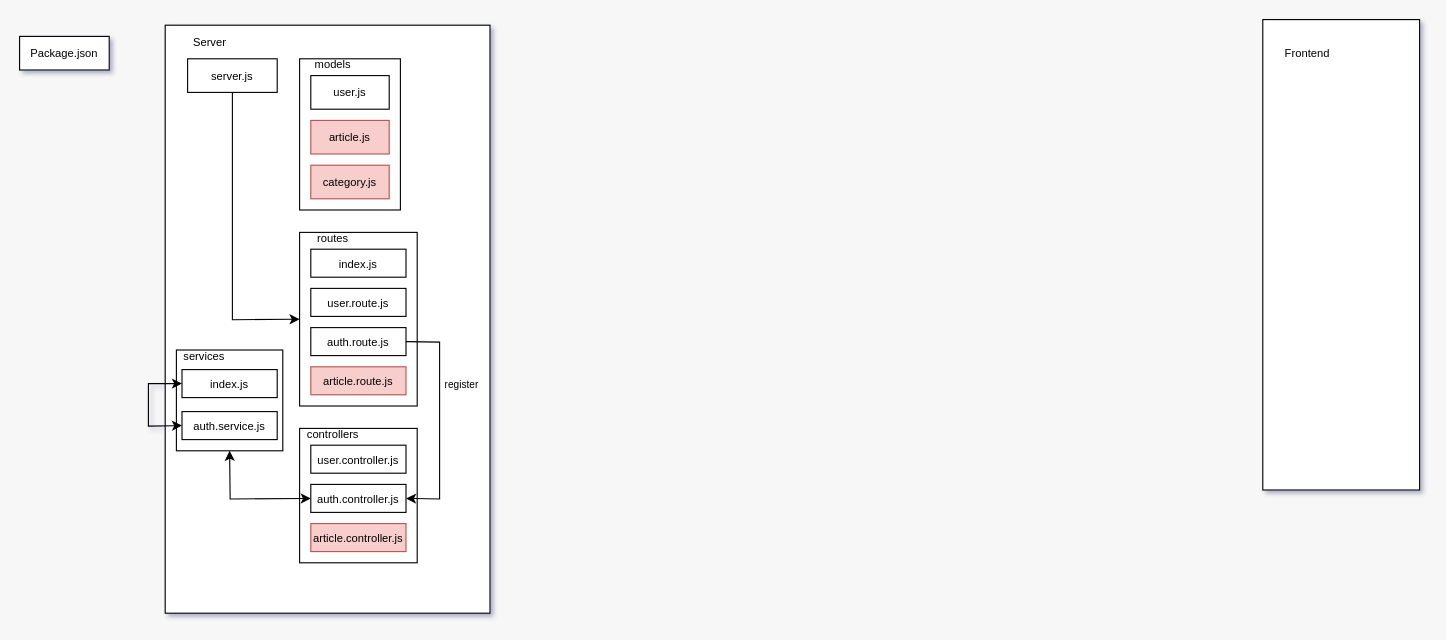
Earlier version of the draw.io diagram Diagram.drawio (daniel-tsonkov/React-Practice-Project). Source tidied: cells renumbered, new cells numbered last; positions are measured from the earlier drawing's top-left corner, leaving out a move shared by most shapes. Both pictures are drawn from the tidied source at 112%, with x=0, y=0 at pixel (19, 19).
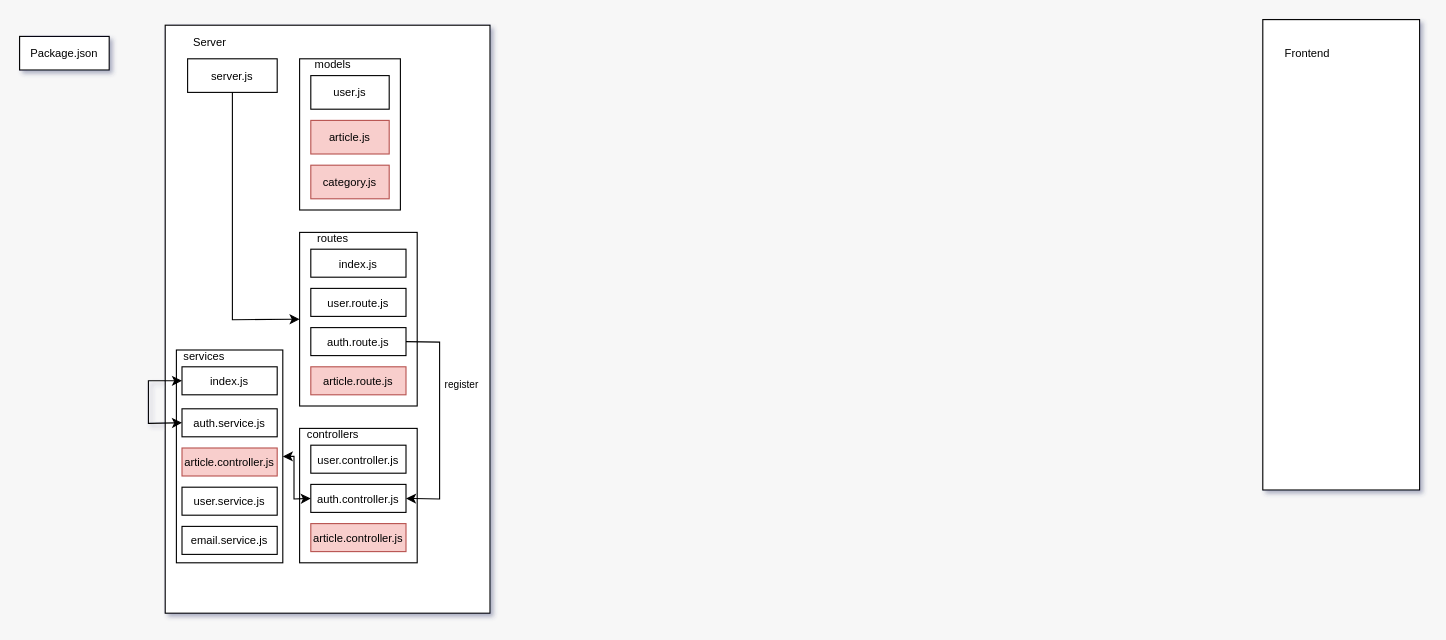
Above is the later version.

Unchanged cells that the change refers to:
```xml
<mxCell id="23" value="auth.controller.js" style="rounded=0;whiteSpace=wrap;html=1;fontSize=10;" parent="1" vertex="1">
  <mxGeometry x="260" y="415" width="85" height="25" as="geometry" />
</mxCell>
```

The edit, as a diff of the source:
```diff
@@
     <mxCell id="27" style="rounded=0;whiteSpace=wrap;html=1;" parent="1" vertex="1">
-      <mxGeometry x="140" y="295" width="95" height="90" as="geometry" />
+      <mxGeometry x="140" y="295" width="95" height="190" as="geometry" />
     </mxCell>
@@
     <mxCell id="29" value="index.js" style="rounded=0;whiteSpace=wrap;html=1;fontSize=10;" parent="1" vertex="1">
-      <mxGeometry x="145" y="312.5" width="85" height="25" as="geometry" />
+      <mxGeometry x="145" y="310" width="85" height="25" as="geometry" />
     </mxCell>
     <mxCell id="30" value="auth.service.js" style="rounded=0;whiteSpace=wrap;html=1;fontSize=10;" parent="1" vertex="1">
-      <mxGeometry x="145" y="350" width="85" height="25" as="geometry" />
+      <mxGeometry x="145" y="347.5" width="85" height="25" as="geometry" />
     </mxCell>
     <mxCell id="31" style="endArrow=classic;startArrow=classic;html=1;rounded=0;entryX=0;entryY=0.5;entryDx=0;entryDy=0;exitX=0;exitY=0.5;exitDx=0;exitDy=0;" parent="1" edge="1" source="30" target="29">
       <mxGeometry relative="1" as="geometry">
         <Array as="points">
-          <mxPoint x="115" y="363" />
-          <mxPoint x="115" y="325" />
+          <mxPoint x="115" y="360.5" />
+          <mxPoint x="115" y="322.5" />
         </Array>
       </mxGeometry>
     </mxCell>
-    <mxCell id="32" style="endArrow=classic;startArrow=classic;html=1;rounded=0;entryX=0;entryY=0.5;entryDx=0;entryDy=0;exitX=0.5;exitY=1;exitDx=0;exitDy=0;" parent="1" edge="1" source="27" target="23">
+    <mxCell id="32" style="endArrow=classic;startArrow=classic;html=1;rounded=0;entryX=0;entryY=0.5;entryDx=0;entryDy=0;exitX=1;exitY=0.5;exitDx=0;exitDy=0;" parent="1" edge="1" source="27" target="23">
       <mxGeometry relative="1" as="geometry">
         <Array as="points">
-          <mxPoint x="188" y="428" />
+          <mxPoint x="245" y="390" />
+          <mxPoint x="245" y="428" />
         </Array>
       </mxGeometry>
     </mxCell>
+    <mxCell id="33" value="user.service.js" style="rounded=0;whiteSpace=wrap;html=1;fontSize=10;" parent="1" vertex="1">
+      <mxGeometry x="145" y="417.5" width="85" height="25" as="geometry" />
+    </mxCell>
+    <mxCell id="34" value="&lt;font style=&quot;font-size: 10px;&quot;&gt;article.controller.js&lt;/font&gt;" style="rounded=0;whiteSpace=wrap;html=1;fillColor=#f8cecc;strokeColor=#b85450;" parent="1" vertex="1">
+      <mxGeometry x="145" y="382.5" width="85" height="25" as="geometry" />
+    </mxCell>
+    <mxCell id="35" value="email.service.js" style="rounded=0;whiteSpace=wrap;html=1;fontSize=10;" parent="1" vertex="1">
+      <mxGeometry x="145" y="452.5" width="85" height="25" as="geometry" />
+    </mxCell>
```
